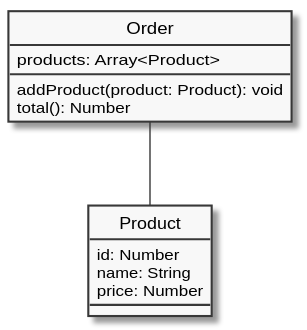
ifpb/exercises keeps this PlantUML diagram as problems/algorithms/object-order/assets/object-order.svg. Above is the earlier version.
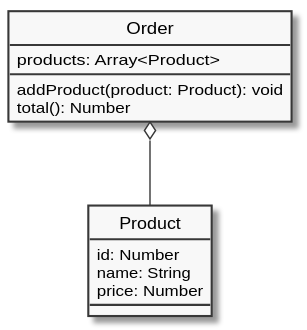
After the change.

Diff of the diagram source:
```diff
@@ -14,6 +14,6 @@
     name: String
     price: Number
 }
-Order -- Product
+Order o-- Product
 
 @enduml
```
